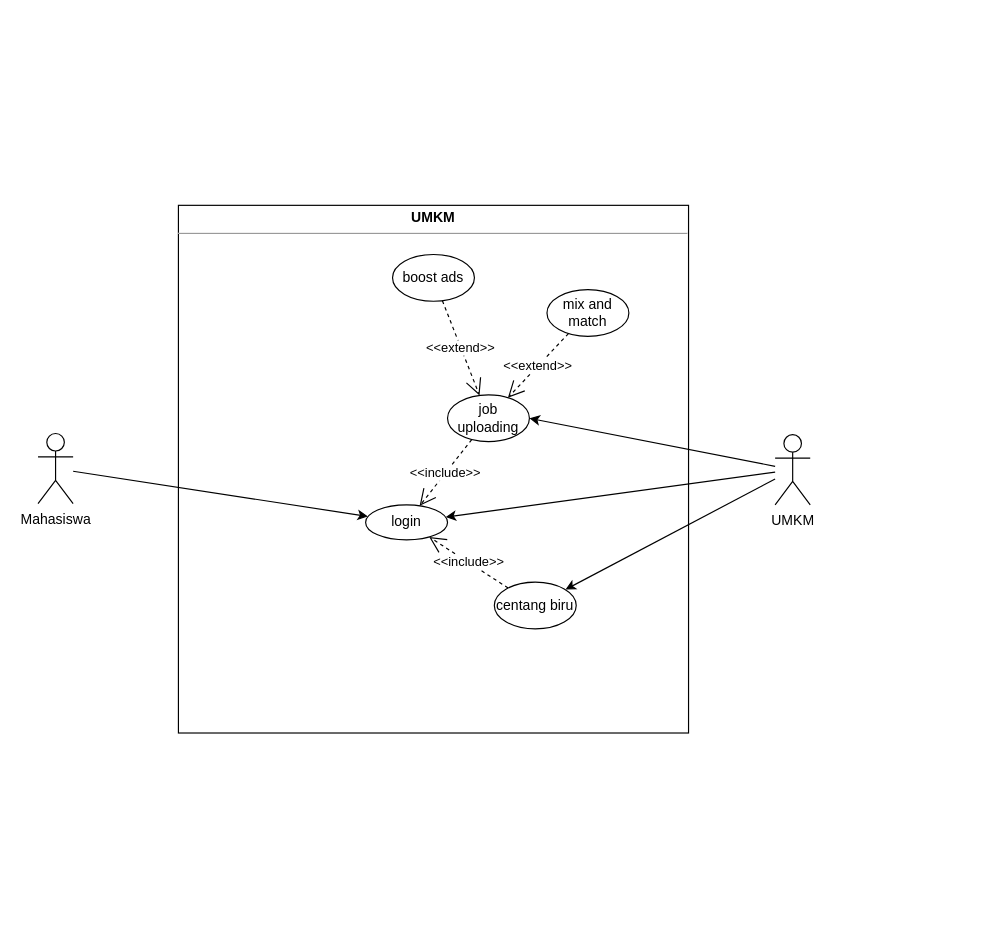
The draw.io diagram page "UML (UseCase)" (2 of 4) of uml-diagram.drawio in isalzufari/sayembaara, before the edit. Source tidied: cells renumbered, new cells numbered last; positions are measured from the earlier drawing's top-left corner, leaving out a move shared by most shapes. Both pictures are drawn from the tidied source at 117%, with x=0, y=0 at pixel (37, 205).
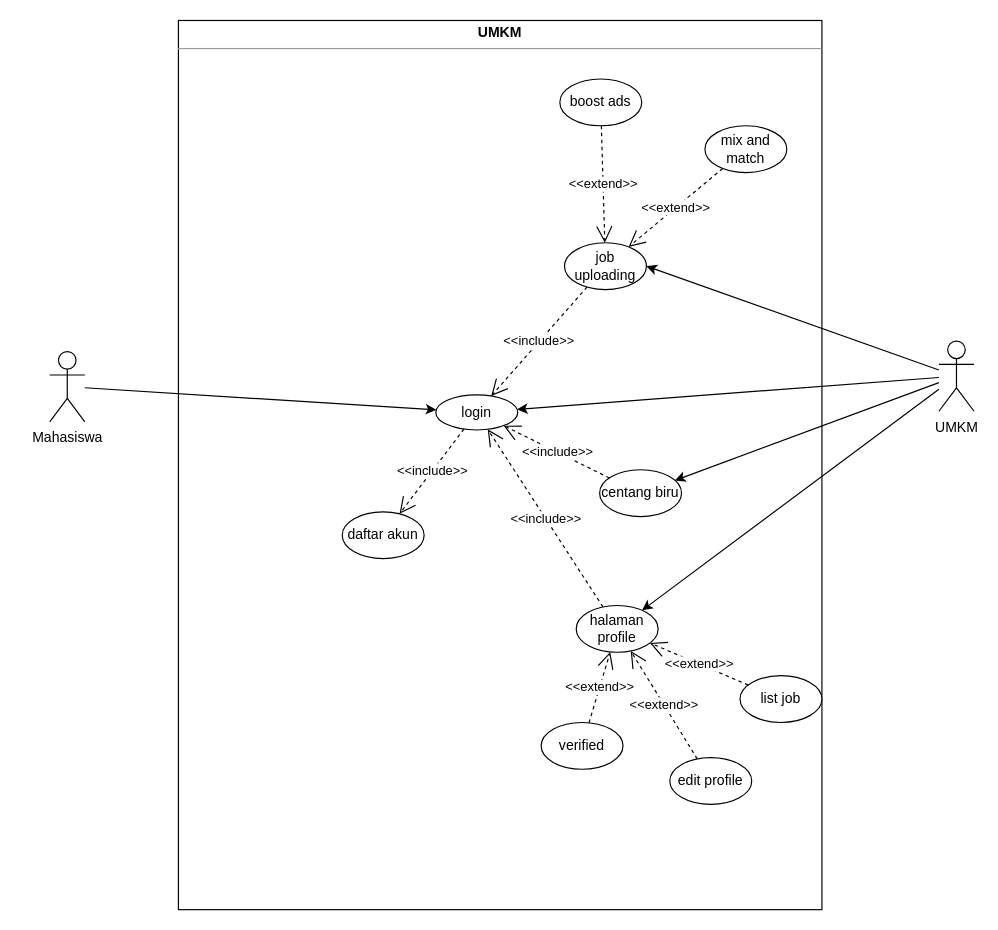
The same diagram, later.

Commit message:
Use Case: adding halaman profile for UMKM section.drawio

The edit, as a diff of the source:
```diff
@@
     <mxCell id="2" value="&lt;p style=&quot;margin:0px;margin-top:4px;text-align:center;&quot;&gt;&lt;b&gt;UMKM&lt;/b&gt;&lt;/p&gt;&lt;hr size=&quot;1&quot;&gt;&lt;div style=&quot;height:2px;&quot;&gt;&lt;/div&gt;" style="verticalAlign=top;align=left;overflow=fill;fontSize=12;fontFamily=Helvetica;html=1;whiteSpace=wrap;" parent="1" vertex="1">
-      <mxGeometry x="120" width="436" height="451" as="geometry" />
+      <mxGeometry x="120" y="-158" width="550" height="760" as="geometry" />
     </mxCell>
@@
     <mxCell id="4" value="Mahasiswa" style="shape=umlActor;verticalLabelPosition=bottom;verticalAlign=top;html=1;" parent="1" vertex="1">
-      <mxGeometry y="195" width="30" height="60" as="geometry" />
+      <mxGeometry x="10" y="125" width="30" height="60" as="geometry" />
     </mxCell>
@@
+    <mxCell id="18" style="rounded=0;jettySize=auto;html=1;" parent="1" edge="1" source="8" target="21">
+      <mxGeometry relative="1" as="geometry" />
+    </mxCell>
     <mxCell id="8" value="UMKM" style="shape=umlActor;verticalLabelPosition=bottom;verticalAlign=top;html=1;" parent="1" vertex="1">
-      <mxGeometry x="630" y="196" width="30" height="60" as="geometry" />
+      <mxGeometry x="770" y="116" width="30" height="60" as="geometry" />
     </mxCell>
     <mxCell id="9" value="login" style="ellipse;whiteSpace=wrap;html=1;" parent="1" vertex="1">
-      <mxGeometry x="280" y="256" width="70" height="30" as="geometry" />
+      <mxGeometry x="340" y="162" width="70" height="30" as="geometry" />
     </mxCell>
     <mxCell id="10" value="job uploading" style="ellipse;whiteSpace=wrap;html=1;" parent="1" vertex="1">
-      <mxGeometry x="350" y="162" width="70" height="40" as="geometry" />
+      <mxGeometry x="450" y="32" width="70" height="40" as="geometry" />
     </mxCell>
     <mxCell id="11" value="mix and match" style="ellipse;whiteSpace=wrap;html=1;" parent="1" vertex="1">
-      <mxGeometry x="435" y="72" width="70" height="40" as="geometry" />
+      <mxGeometry x="570" y="-68" width="70" height="40" as="geometry" />
     </mxCell>
@@
     <mxCell id="14" value="boost ads" style="ellipse;whiteSpace=wrap;html=1;" parent="1" vertex="1">
-      <mxGeometry x="303" y="42" width="70" height="40" as="geometry" />
+      <mxGeometry x="446" y="-108" width="70" height="40" as="geometry" />
     </mxCell>
@@
     <mxCell id="16" value="centang biru" style="ellipse;whiteSpace=wrap;html=1;" parent="1" vertex="1">
-      <mxGeometry x="390" y="322" width="70" height="40" as="geometry" />
+      <mxGeometry x="480" y="226" width="70" height="40" as="geometry" />
     </mxCell>
@@
+    <mxCell id="19" value="daftar akun" style="ellipse;whiteSpace=wrap;html=1;" parent="1" vertex="1">
+      <mxGeometry x="260" y="262" width="70" height="40" as="geometry" />
+    </mxCell>
+    <mxCell id="20" value="&amp;lt;&amp;lt;include&amp;gt;&amp;gt;" style="endArrow=open;endSize=12;dashed=1;html=1;rounded=0;" parent="1" edge="1" source="9" target="19">
+      <mxGeometry relative="1" as="geometry" />
+    </mxCell>
+    <mxCell id="21" value="halaman profile" style="ellipse;whiteSpace=wrap;html=1;" parent="1" vertex="1">
+      <mxGeometry x="460" y="342" width="70" height="40" as="geometry" />
+    </mxCell>
+    <mxCell id="22" value="&amp;lt;&amp;lt;include&amp;gt;&amp;gt;" style="endArrow=open;endSize=12;dashed=1;html=1;rounded=0;" parent="1" edge="1" source="21" target="9">
+      <mxGeometry relative="1" as="geometry" />
+    </mxCell>
+    <mxCell id="23" value="verified" style="ellipse;whiteSpace=wrap;html=1;" parent="1" vertex="1">
+      <mxGeometry x="430" y="442" width="70" height="40" as="geometry" />
+    </mxCell>
+    <mxCell id="24" value="edit profile" style="ellipse;whiteSpace=wrap;html=1;" parent="1" vertex="1">
+      <mxGeometry x="540" y="472" width="70" height="40" as="geometry" />
+    </mxCell>
+    <mxCell id="25" value="list job" style="ellipse;whiteSpace=wrap;html=1;" parent="1" vertex="1">
+      <mxGeometry x="600" y="402" width="70" height="40" as="geometry" />
+    </mxCell>
+    <mxCell id="26" value="&amp;lt;&amp;lt;extend&amp;gt;&amp;gt;" style="endArrow=open;endSize=12;dashed=1;html=1;rounded=0;" parent="1" edge="1" source="25" target="21">
+      <mxGeometry relative="1" as="geometry" />
+    </mxCell>
+    <mxCell id="27" value="&amp;lt;&amp;lt;extend&amp;gt;&amp;gt;" style="endArrow=open;endSize=12;dashed=1;html=1;rounded=0;" parent="1" edge="1" source="24" target="21">
+      <mxGeometry relative="1" as="geometry" />
+    </mxCell>
+    <mxCell id="28" value="&amp;lt;&amp;lt;extend&amp;gt;&amp;gt;" style="endArrow=open;endSize=12;dashed=1;html=1;rounded=0;" parent="1" edge="1" source="23" target="21">
+      <mxGeometry relative="1" as="geometry" />
+    </mxCell>
```
